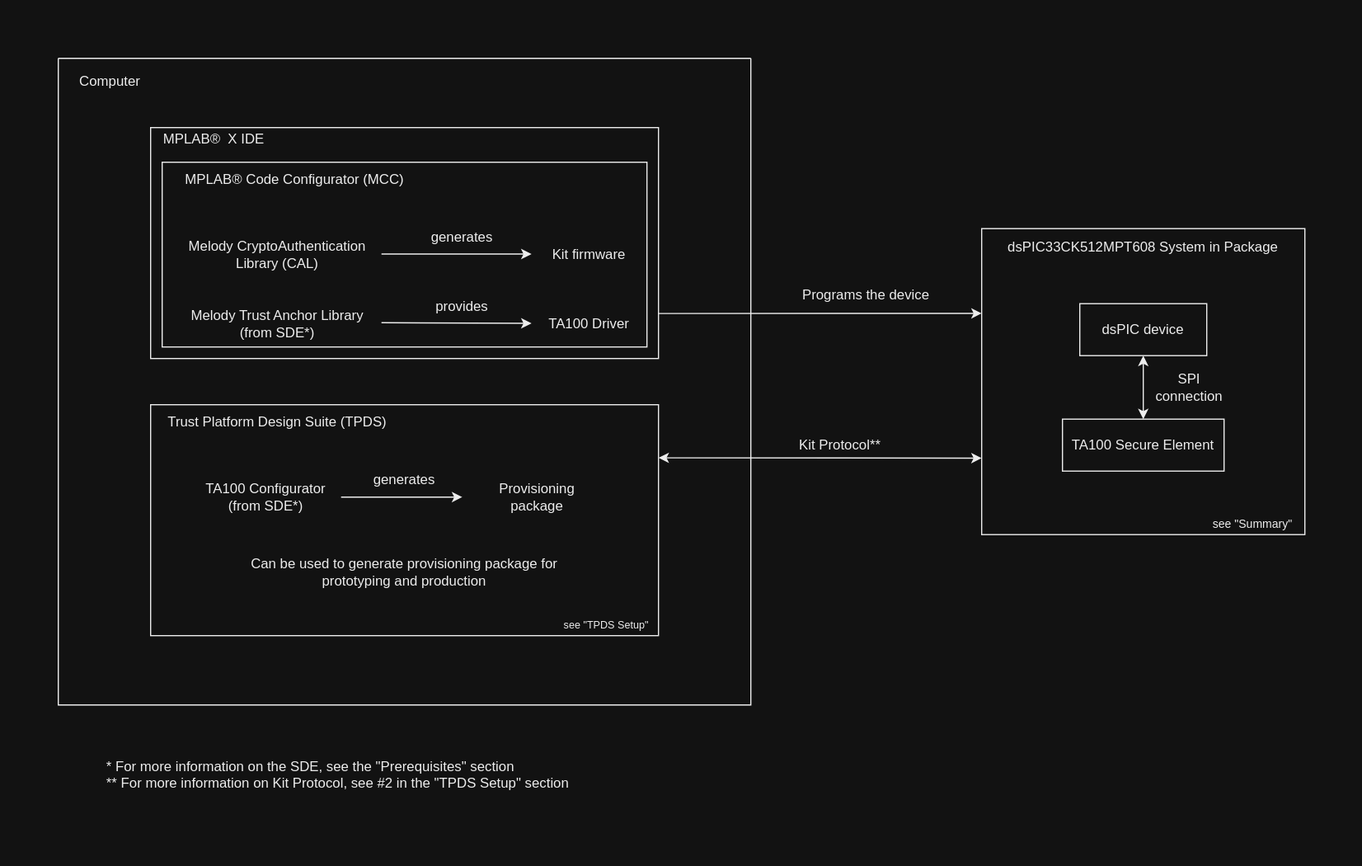
Above: images/code_example_diagram_dark.svg in microchip-pic-avr-examples/dspic33ck512mpt608-provision-prototyping (draw.io), before the change. Source tidied: cells renumbered, new cells last; positions are measured from the earlier drawing's top-left corner, leaving out a move shared by most shapes.
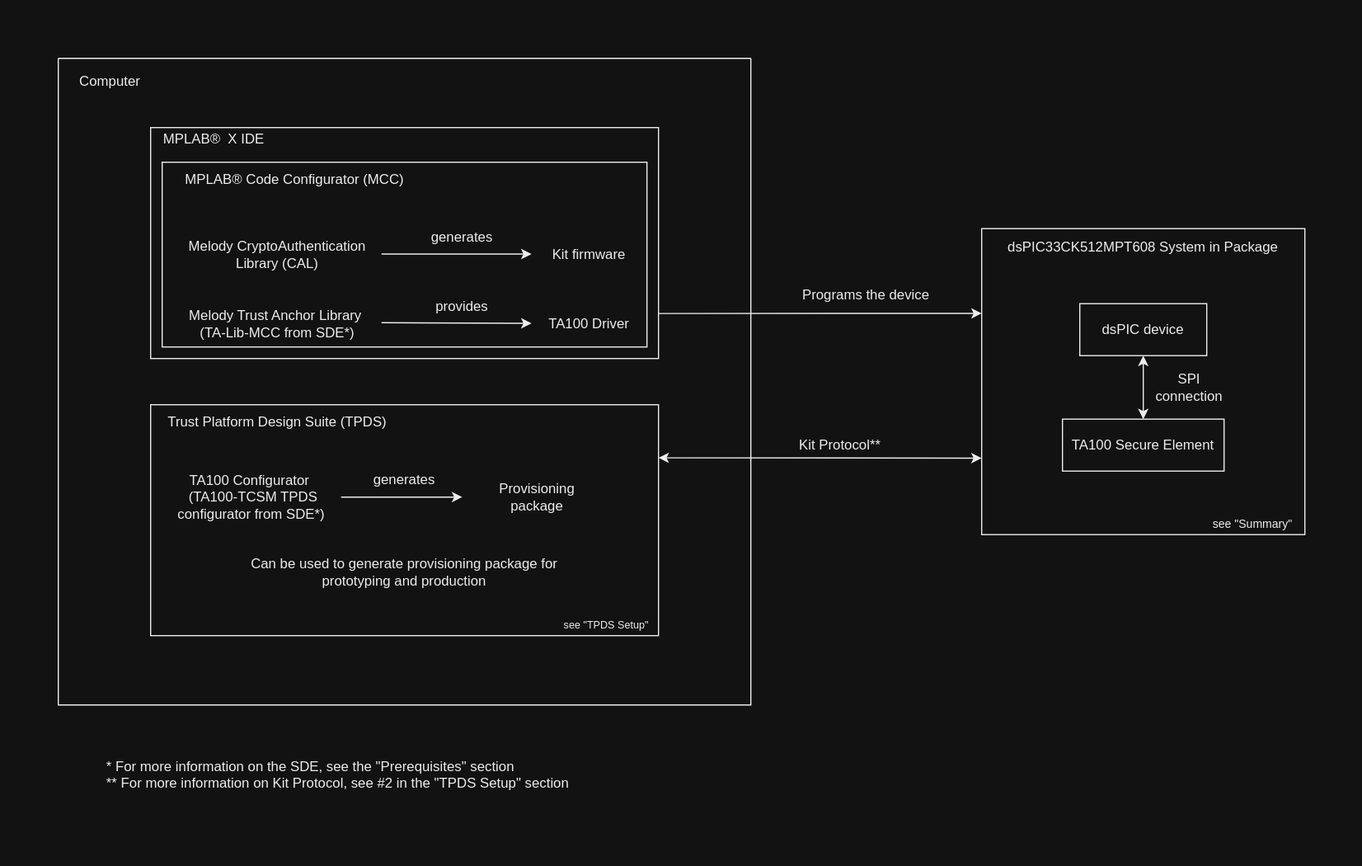
The same file after the commit.

The edit, as a diff of the source:
```diff
@@ -14,8 +14,8 @@
     <mxCell id="5" value="Trust Platform Design Suite (TPDS)" style="text;align=center;fillColor=none;html=1;verticalAlign=middle;whiteSpace=wrap;rounded=0;" parent="2" vertex="1">
       <mxGeometry x="80" y="300" width="220" height="30" as="geometry" />
     </mxCell>
-    <mxCell id="6" value="TA100 Configurator (from SDE*)" style="text;align=center;fillColor=none;html=1;verticalAlign=middle;whiteSpace=wrap;rounded=0;" parent="2" vertex="1">
-      <mxGeometry x="115" y="360" width="130" height="40" as="geometry" />
+    <mxCell id="6" value="TA100 Configurator&amp;nbsp; &amp;nbsp;(TA100-TCSM TPDS configurator from SDE*)" style="text;align=center;fillColor=none;html=1;verticalAlign=middle;whiteSpace=wrap;rounded=0;" parent="2" vertex="1">
+      <mxGeometry x="90" y="355" width="155" height="50" as="geometry" />
     </mxCell>
     <mxCell id="7" value="Provisioning package" style="text;align=center;fillColor=none;html=1;verticalAlign=middle;whiteSpace=wrap;rounded=0;" parent="2" vertex="1">
       <mxGeometry x="360" y="360" width="110" height="40" as="geometry" />
@@ -46,7 +46,7 @@
     <mxCell id="15" value="Melody CryptoAuthentication Library (CAL)" style="text;align=center;fillColor=none;html=1;verticalAlign=middle;whiteSpace=wrap;rounded=0;" parent="2" vertex="1">
       <mxGeometry x="110" y="150" width="160" height="40" as="geometry" />
     </mxCell>
-    <mxCell id="16" value="Melody Trust Anchor Library (from SDE*)" style="text;align=center;fillColor=none;html=1;verticalAlign=middle;whiteSpace=wrap;rounded=0;" parent="2" vertex="1">
+    <mxCell id="16" value="Melody Trust Anchor Library&amp;nbsp; (TA-Lib-MCC from SDE*)" style="text;align=center;fillColor=none;html=1;verticalAlign=middle;whiteSpace=wrap;rounded=0;" parent="2" vertex="1">
       <mxGeometry x="100" y="210" width="180" height="40" as="geometry" />
     </mxCell>
     <mxCell id="17" value="Kit firmware" style="text;align=center;fillColor=none;html=1;verticalAlign=middle;whiteSpace=wrap;rounded=0;" parent="2" vertex="1">
```
